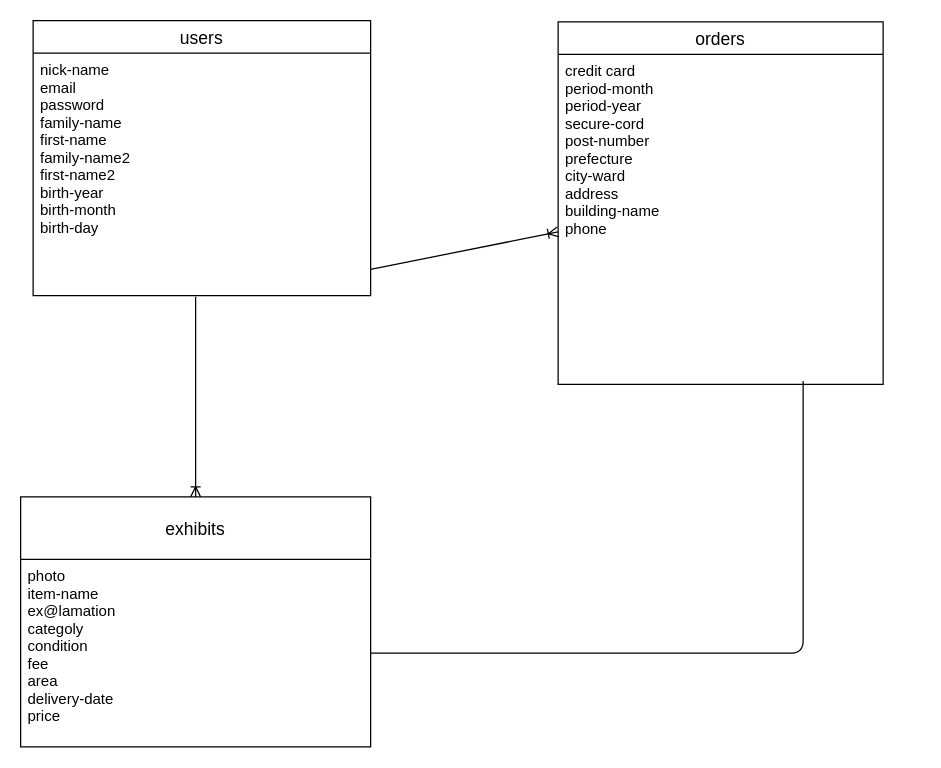
The draw.io diagram ER図.dio in hiroboo7531/furima-38346, before the edit. Source tidied: cells renumbered, new cells numbered last; positions are measured from the earlier drawing's top-left corner, leaving out a move shared by most shapes. Both pictures are drawn from the tidied source at 125%, with x=0, y=0 at pixel (20, 20).
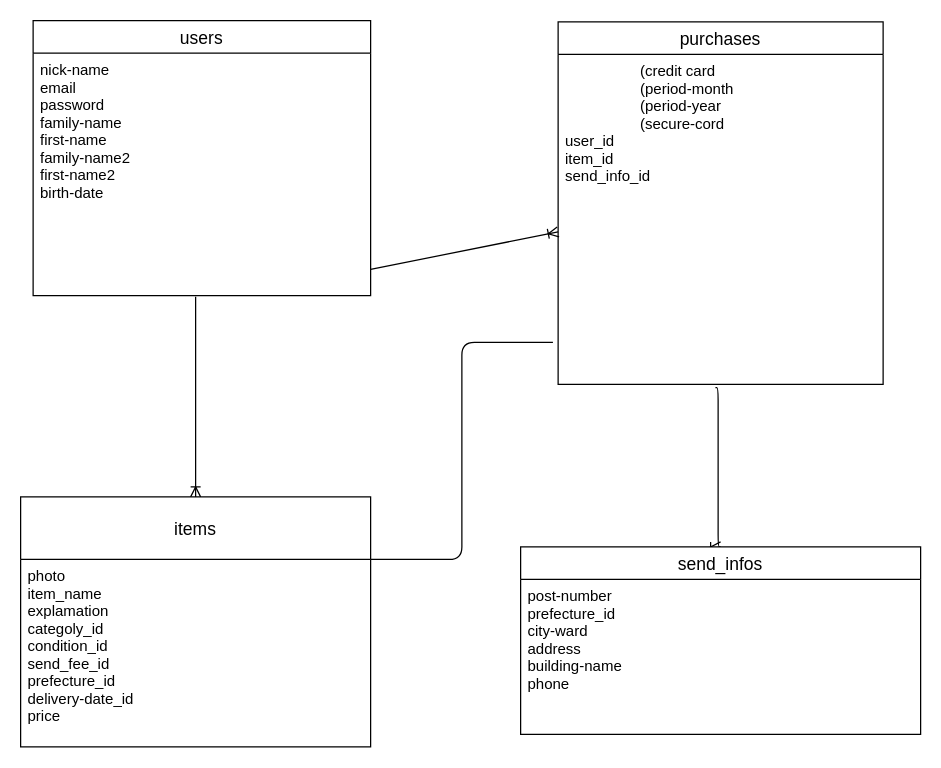
Above is the later version.

Diff of the diagram source:
```diff
@@
 <mxGraphModel>
   <root>
     <mxCell id="0" />
     <mxCell id="1" parent="0" />
     <mxCell id="2" value="users" style="swimlane;fontStyle=0;horizontal=1;startSize=26;align=center;fontSize=14;" parent="1" vertex="1">
       <mxGeometry x="10" width="270" height="220" as="geometry" />
     </mxCell>
-    <mxCell id="3" value="nick-name&#10;email&#10;password&#10;family-name&#10;first-name&#10;family-name2&#10;first-name2&#10;birth-year&#10;birth-month&#10;birth-day&#10;" style="text;strokeColor=none;fillColor=none;spacingLeft=4;spacingRight=4;overflow=hidden;points=[[0,0.5],[1,0.5]];portConstraint=eastwest;fontSize=12;" parent="2" vertex="1">
+    <mxCell id="3" value="nick-name&#10;email&#10;password&#10;family-name&#10;first-name&#10;family-name2&#10;first-name2&#10;birth-date&#10;" style="text;strokeColor=none;fillColor=none;spacingLeft=4;spacingRight=4;overflow=hidden;points=[[0,0.5],[1,0.5]];portConstraint=eastwest;fontSize=12;" parent="2" vertex="1">
       <mxGeometry y="26" width="270" height="194" as="geometry" />
     </mxCell>
-    <mxCell id="4" value="orders" style="swimlane;fontStyle=0;horizontal=1;startSize=26;align=center;fontSize=14;" parent="1" vertex="1">
+    <mxCell id="4" value="purchases" style="swimlane;fontStyle=0;horizontal=1;startSize=26;align=center;fontSize=14;" parent="1" vertex="1">
       <mxGeometry x="430" y="1" width="260" height="290" as="geometry" />
     </mxCell>
-    <mxCell id="5" value="credit card&#10;period-month&#10;period-year&#10;secure-cord&#10;post-number&#10;prefecture&#10;city-ward&#10;address&#10;building-name&#10;phone&#10;" style="text;strokeColor=none;fillColor=none;spacingLeft=4;spacingRight=4;overflow=hidden;points=[[0,0.5],[1,0.5]];portConstraint=eastwest;fontSize=12;" parent="4" vertex="1">
+    <mxCell id="5" value="                  (credit card&#10;                  (period-month&#10;                  (period-year&#10;                  (secure-cord&#10;user_id&#10;item_id&#10;send_info_id&#10;&#10;" style="text;strokeColor=none;fillColor=none;spacingLeft=4;spacingRight=4;overflow=hidden;points=[[0,0.5],[1,0.5]];portConstraint=eastwest;fontSize=12;" parent="4" vertex="1">
       <mxGeometry y="26" width="260" height="264" as="geometry" />
     </mxCell>
     <mxCell id="6" style="edgeStyle=none;html=1;entryX=0;entryY=0.5;entryDx=0;entryDy=0;endArrow=ERoneToMany;endFill=0;" parent="1" edge="1">
       <mxGeometry relative="1" as="geometry">
         <mxPoint x="280" y="199" as="sourcePoint" />
         <mxPoint x="430" y="169" as="targetPoint" />
       </mxGeometry>
     </mxCell>
     <mxCell id="7" style="edgeStyle=elbowEdgeStyle;html=1;exitX=0.5;exitY=0;exitDx=0;exitDy=0;entryX=0.485;entryY=1.005;entryDx=0;entryDy=0;entryPerimeter=0;endArrow=none;endFill=0;strokeColor=default;startArrow=ERoneToMany;startFill=0;" parent="1" edge="1" source="8" target="3">
       <mxGeometry relative="1" as="geometry" />
     </mxCell>
+    <mxCell id="11" style="edgeStyle=elbowEdgeStyle;html=1;exitX=1;exitY=0.25;exitDx=0;exitDy=0;entryX=-0.016;entryY=0.873;entryDx=0;entryDy=0;entryPerimeter=0;startArrow=none;startFill=0;endArrow=none;endFill=0;strokeColor=default;" parent="1" edge="1" source="8" target="5">
+      <mxGeometry relative="1" as="geometry" />
+    </mxCell>
-    <mxCell id="8" value="exhibits" style="swimlane;fontStyle=0;horizontal=1;startSize=50;align=center;fontSize=14;" parent="1" vertex="1">
+    <mxCell id="8" value="items" style="swimlane;fontStyle=0;horizontal=1;startSize=50;align=center;fontSize=14;" parent="1" vertex="1">
       <mxGeometry y="381" width="280" height="200" as="geometry" />
     </mxCell>
-    <mxCell id="9" value="photo&#10;item-name&#10;ex@lamation&#10;categoly&#10;condition&#10;fee&#10;area&#10;delivery-date&#10;price" style="text;strokeColor=none;fillColor=none;spacingLeft=4;spacingRight=4;overflow=hidden;points=[[0,0.5],[1,0.5]];portConstraint=eastwest;fontSize=12;" parent="8" vertex="1">
+    <mxCell id="9" value="photo&#10;item_name&#10;explamation&#10;categoly_id&#10;condition_id&#10;send_fee_id&#10;prefecture_id&#10;delivery-date_id&#10;price" style="text;strokeColor=none;fillColor=none;spacingLeft=4;spacingRight=4;overflow=hidden;points=[[0,0.5],[1,0.5]];portConstraint=eastwest;fontSize=12;" parent="8" vertex="1">
       <mxGeometry y="50" width="280" height="150" as="geometry" />
     </mxCell>
-    <mxCell id="10" style="html=1;exitX=1;exitY=0.5;exitDx=0;exitDy=0;entryX=0.752;entryY=1.032;entryDx=0;entryDy=0;entryPerimeter=0;endArrow=none;endFill=0;strokeColor=default;edgeStyle=elbowEdgeStyle;" parent="1" edge="1" source="9">
-      <mxGeometry relative="1" as="geometry">
-        <mxPoint x="625.5" y="288.2" as="targetPoint" />
-        <Array as="points">
-          <mxPoint x="626" y="461" />
-          <mxPoint x="618" y="281" />
-        </Array>
-      </mxGeometry>
-    </mxCell>
+    <mxCell id="12" style="edgeStyle=elbowEdgeStyle;html=1;exitX=0.5;exitY=0;exitDx=0;exitDy=0;entryX=0.484;entryY=1.01;entryDx=0;entryDy=0;entryPerimeter=0;startArrow=ERoneToMany;startFill=0;endArrow=none;endFill=0;strokeColor=default;" parent="1" edge="1" source="13" target="5">
+      <mxGeometry relative="1" as="geometry" />
+    </mxCell>
+    <mxCell id="13" value="send_infos" style="swimlane;fontStyle=0;horizontal=1;startSize=26;align=center;fontSize=14;" parent="1" vertex="1">
+      <mxGeometry x="400" y="421" width="320" height="150" as="geometry" />
+    </mxCell>
+    <mxCell id="14" value="post-number&#10;prefecture_id&#10;city-ward&#10;address&#10;building-name&#10;phone" style="text;strokeColor=none;fillColor=none;spacingLeft=4;spacingRight=4;overflow=hidden;fontSize=12;" parent="13" vertex="1">
+      <mxGeometry y="26" width="320" height="124" as="geometry" />
+    </mxCell>
   </root>
 </mxGraphModel>
```
